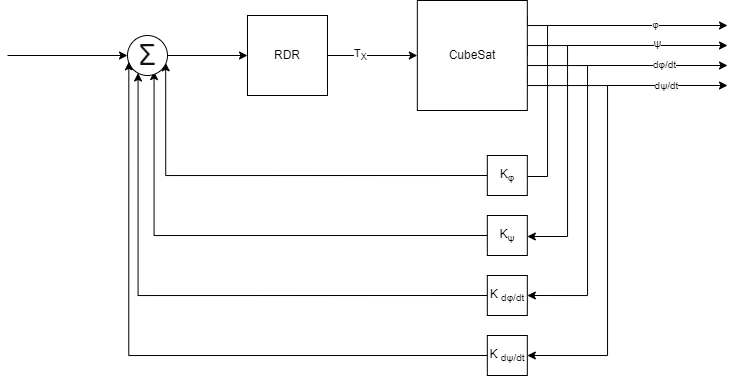
gabrielcte/labVirt_ws keeps this draw.io diagram as doc/Desenvolvimento de Laboratório Virtual_ Um Ambiente para o Ensino de Modelagem e Controle de CubeSat/figs/diagrama_blocos_rdr_x.png. Above is the earlier version. Source tidied: cells renumbered, new cells last; positions are measured from the earlier drawing's top-left corner, leaving out a move shared by most shapes.
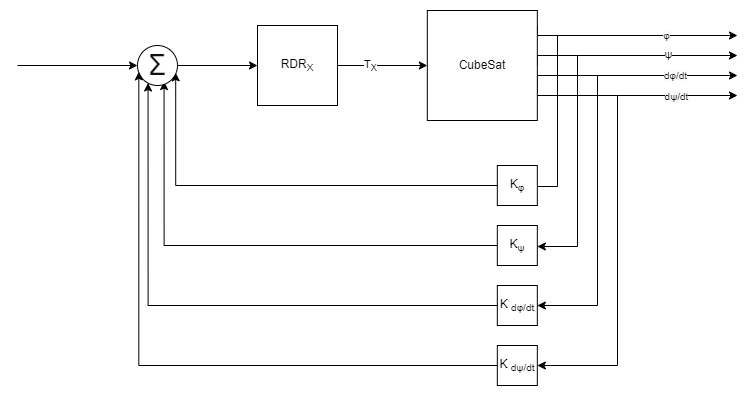
The same diagram one commit later.

Commit message:
Adição diagramas de blocos

Change to the diagram source:
```diff
@@ -11,7 +11,7 @@
     <mxCell id="4" value="T&lt;sub&gt;X&lt;/sub&gt;" style="edgeLabel;html=1;align=center;verticalAlign=middle;" parent="3" vertex="1">
       <mxGeometry x="-0.29" relative="1" as="geometry" />
     </mxCell>
-    <mxCell id="5" value="RDR" style="whiteSpace=wrap;html=1;" parent="1" vertex="1">
+    <mxCell id="5" value="RDR&lt;sub&gt;X&lt;/sub&gt;" style="whiteSpace=wrap;html=1;" parent="1" vertex="1">
       <mxGeometry x="240" y="15" width="80" height="80" as="geometry" />
     </mxCell>
     <mxCell id="6" style="edgeStyle=orthogonalEdgeStyle;rounded=0;jettySize=auto;html=1;entryX=1;entryY=0.5;entryDx=0;entryDy=0;exitX=1.001;exitY=0.134;exitDx=0;exitDy=0;exitPerimeter=0;" parent="1" edge="1" target="25">
```
